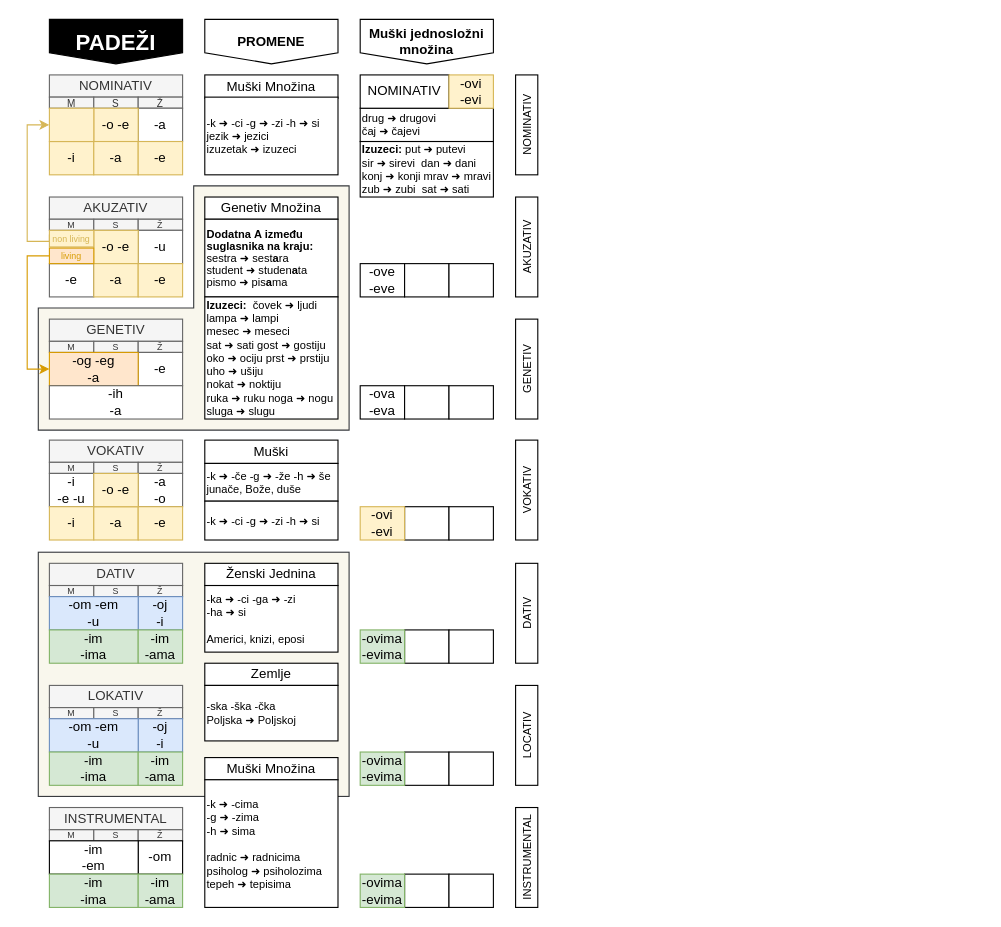
This is padezi.drawio from vlandivir/srpski, a draw.io file, before an edit. Source tidied: cells renumbered, new cells numbered last; positions are measured from the earlier drawing's top-left corner, leaving out a move shared by most shapes. Both pictures are drawn from the tidied source at 111%, with x=0, y=0 at pixel (27, 19).
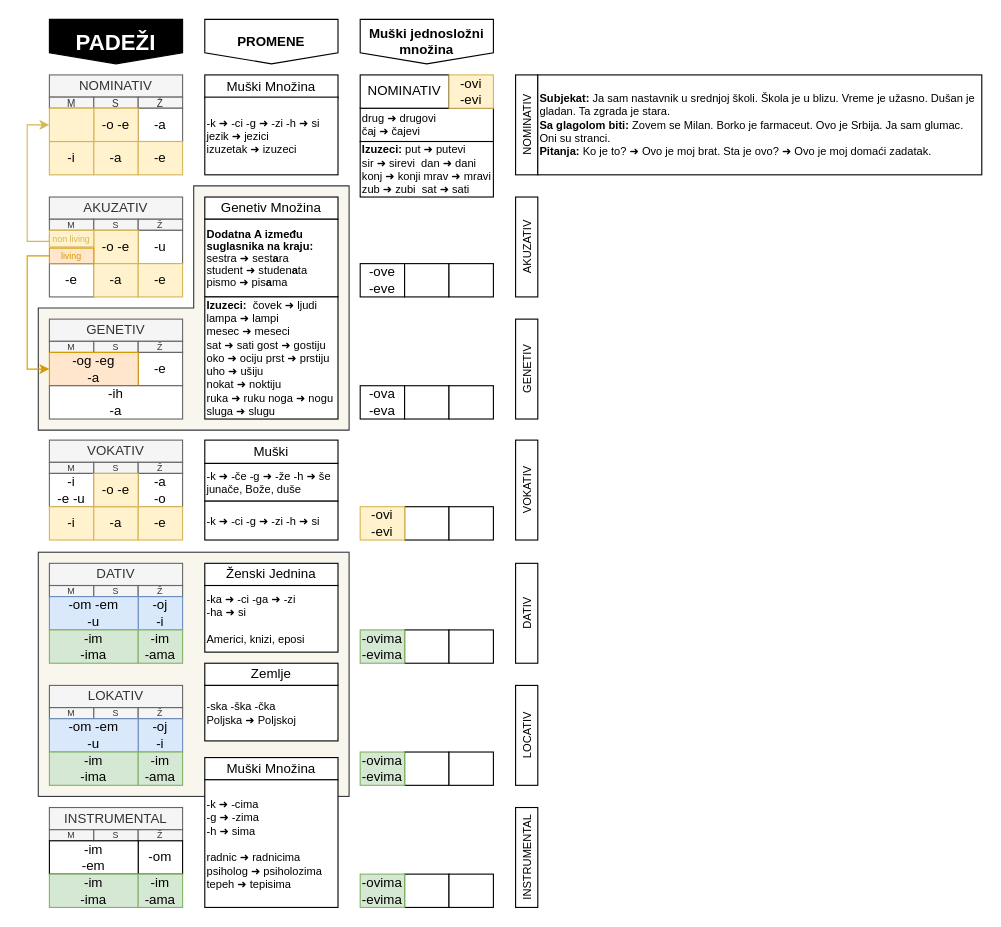
Above is the later version.

Change to the diagram source:
```diff
@@
+    <mxCell id="114" value="&lt;b&gt;Subjekat:&lt;/b&gt; Ja sam nastavnik u srednjoj školi. Škola je u blizu. Vreme je užasno. Dušan je gladan. Ta zgrada je stara. &lt;br&gt;&lt;b&gt;Sa glagolom biti: &lt;/b&gt;Zovem se Milan. Borko je farmaceut. Ovo je Srbija. Ja sam glumac. Oni su stranci.&lt;br&gt;&lt;b&gt;Pitanja: &lt;/b&gt;Ko je to? ➜ Ovo je moj brat. Sta je ovo? ➜ Ovo je moj domaći zadatak." style="rounded=0;whiteSpace=wrap;html=1;align=left;fontSize=10;" parent="1" vertex="1">
+      <mxGeometry x="460" y="50" width="400" height="90" as="geometry" />
+    </mxCell>
```
